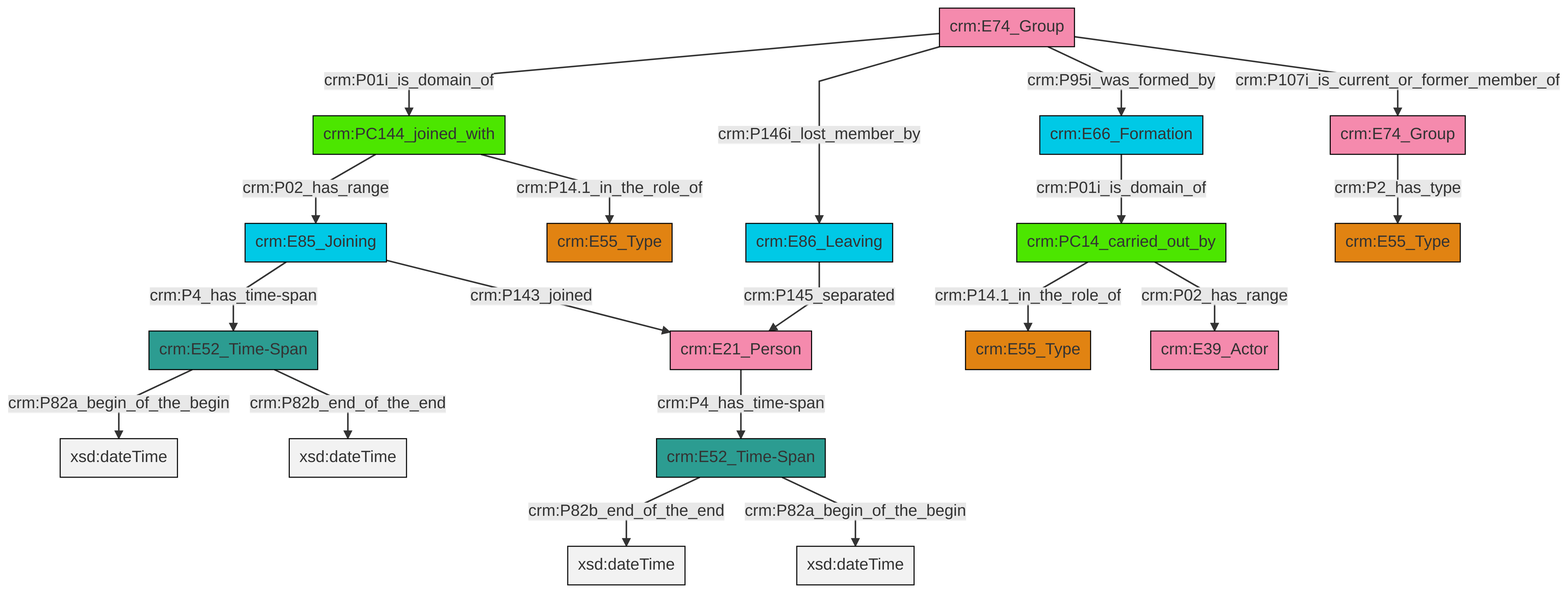
This is et/groupCSV/ttl/mmd/png/group_actor_relations.png from swiss-art-research-net/reference-data-models, a Mermaid export, as it was before one commit. Its source is kept beside it as et/groupCSV/ttl/mmd/group_actor_relations.ttl.mmd.
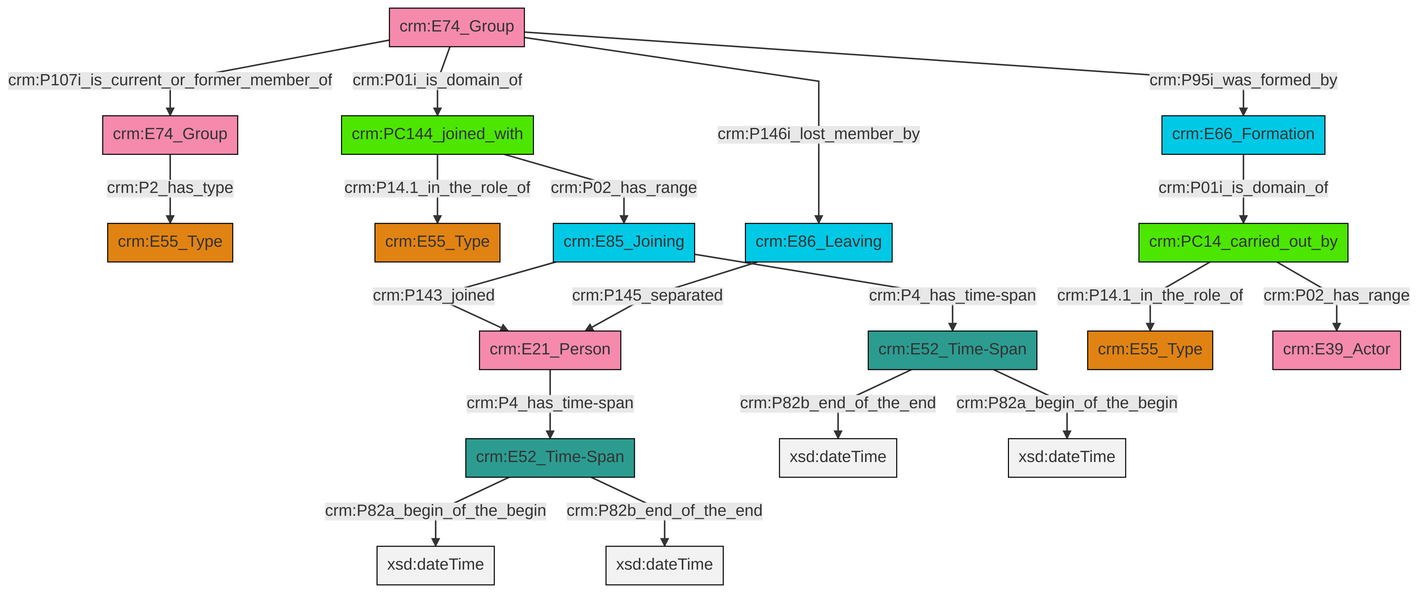
After the commit.

Diff of the diagram source:
```diff
@@ -13,21 +13,21 @@
 classDef PC_Classes fill:#4ce600, stroke:#000000;
 classDef Multi fill:#cccccc,stroke:#000000;
 
-0["crm:E52_Time-Span"]:::Time-Span -->|crm:P82a_begin_of_the_begin| 1[xsd:dateTime]:::Literal
-2["crm:E74_Group"]:::Actor -->|crm:P2_has_type| 3["crm:E55_Type"]:::Type
-4["crm:E74_Group"]:::Actor -->|crm:P01i_is_domain_of| 5["crm:PC144_joined_with"]:::PC_Classes
-6["crm:E52_Time-Span"]:::Time-Span -->|crm:P82b_end_of_the_end| 7[xsd:dateTime]:::Literal
-4["crm:E74_Group"]:::Actor -->|crm:P146i_lost_member_by| 8["crm:E86_Leaving"]:::Temporal_Entity
-9["crm:E66_Formation"]:::Temporal_Entity -->|crm:P01i_is_domain_of| 10["crm:PC14_carried_out_by"]:::PC_Classes
-8["crm:E86_Leaving"]:::Temporal_Entity -->|crm:P145_separated| 11["crm:E21_Person"]:::Actor
-5["crm:PC144_joined_with"]:::PC_Classes -->|crm:P02_has_range| 12["crm:E85_Joining"]:::Temporal_Entity
-4["crm:E74_Group"]:::Actor -->|crm:P95i_was_formed_by| 9["crm:E66_Formation"]:::Temporal_Entity
-0["crm:E52_Time-Span"]:::Time-Span -->|crm:P82b_end_of_the_end| 19[xsd:dateTime]:::Literal
-12["crm:E85_Joining"]:::Temporal_Entity -->|crm:P4_has_time-span| 0["crm:E52_Time-Span"]:::Time-Span
-5["crm:PC144_joined_with"]:::PC_Classes -->|crm:P14.1_in_the_role_of| 23["crm:E55_Type"]:::Type
-11["crm:E21_Person"]:::Actor -->|crm:P4_has_time-span| 6["crm:E52_Time-Span"]:::Time-Span
-10["crm:PC14_carried_out_by"]:::PC_Classes -->|crm:P14.1_in_the_role_of| 15["crm:E55_Type"]:::Type
-12["crm:E85_Joining"]:::Temporal_Entity -->|crm:P143_joined| 11["crm:E21_Person"]:::Actor
-6["crm:E52_Time-Span"]:::Time-Span -->|crm:P82a_begin_of_the_begin| 30[xsd:dateTime]:::Literal
-4["crm:E74_Group"]:::Actor -->|crm:P107i_is_current_or_former_member_of| 2["crm:E74_Group"]:::Actor
-10["crm:PC14_carried_out_by"]:::PC_Classes -->|crm:P02_has_range| 31["crm:E39_Actor"]:::Actor
+6["crm:PC144_joined_with"]:::PC_Classes -->|crm:P02_has_range| 7["crm:E85_Joining"]:::Temporal_Entity
+0["crm:E52_Time-Span"]:::Time-Span -->|crm:P82a_begin_of_the_begin| 8[xsd:dateTime]:::Literal
+9["crm:E74_Group"]:::Actor -->|crm:P146i_lost_member_by| 10["crm:E86_Leaving"]:::Temporal_Entity
+0["crm:E52_Time-Span"]:::Time-Span -->|crm:P82b_end_of_the_end| 12[xsd:dateTime]:::Literal
+13["crm:E52_Time-Span"]:::Time-Span -->|crm:P82b_end_of_the_end| 14[xsd:dateTime]:::Literal
+9["crm:E74_Group"]:::Actor -->|crm:P95i_was_formed_by| 15["crm:E66_Formation"]:::Temporal_Entity
+15["crm:E66_Formation"]:::Temporal_Entity -->|crm:P01i_is_domain_of| 16["crm:PC14_carried_out_by"]:::PC_Classes
+13["crm:E52_Time-Span"]:::Time-Span -->|crm:P82a_begin_of_the_begin| 17[xsd:dateTime]:::Literal
+19["crm:E21_Person"]:::Actor -->|crm:P4_has_time-span| 0["crm:E52_Time-Span"]:::Time-Span
+9["crm:E74_Group"]:::Actor -->|crm:P107i_is_current_or_former_member_of| 20["crm:E74_Group"]:::Actor
+7["crm:E85_Joining"]:::Temporal_Entity -->|crm:P143_joined| 19["crm:E21_Person"]:::Actor
+16["crm:PC14_carried_out_by"]:::PC_Classes -->|crm:P14.1_in_the_role_of| 23["crm:E55_Type"]:::Type
+6["crm:PC144_joined_with"]:::PC_Classes -->|crm:P14.1_in_the_role_of| 4["crm:E55_Type"]:::Type
+7["crm:E85_Joining"]:::Temporal_Entity -->|crm:P4_has_time-span| 13["crm:E52_Time-Span"]:::Time-Span
+16["crm:PC14_carried_out_by"]:::PC_Classes -->|crm:P02_has_range| 29["crm:E39_Actor"]:::Actor
+20["crm:E74_Group"]:::Actor -->|crm:P2_has_type| 2["crm:E55_Type"]:::Type
+10["crm:E86_Leaving"]:::Temporal_Entity -->|crm:P145_separated| 19["crm:E21_Person"]:::Actor
+9["crm:E74_Group"]:::Actor -->|crm:P01i_is_domain_of| 6["crm:PC144_joined_with"]:::PC_Classes
```
